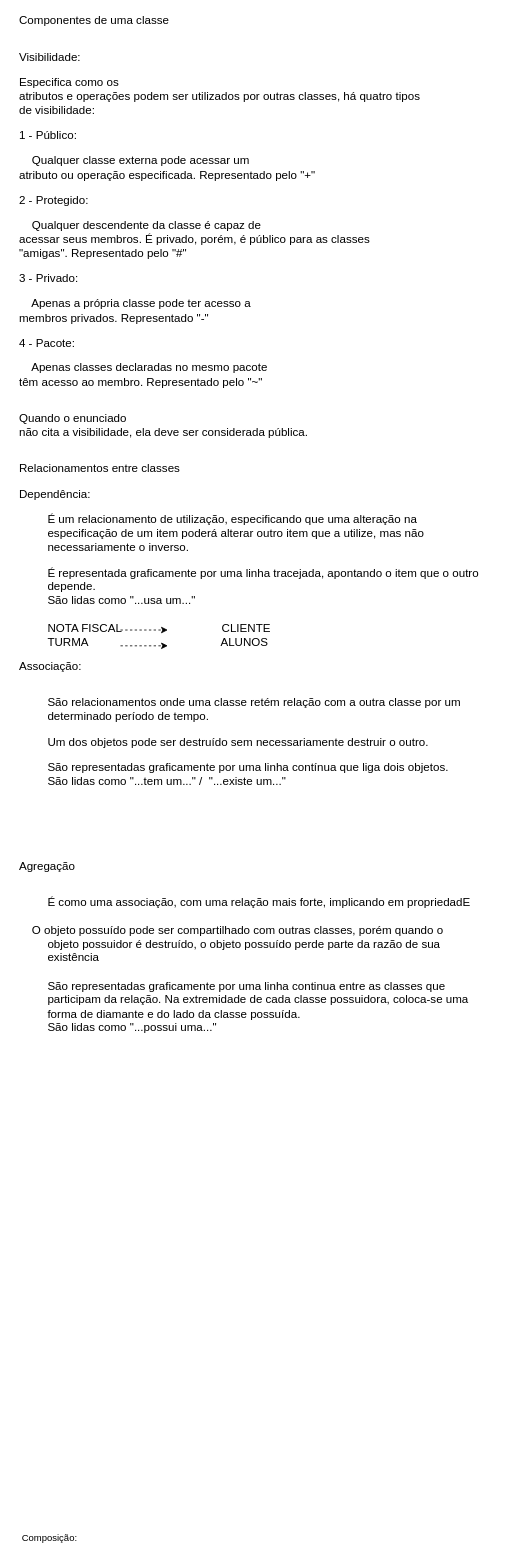
Above: Untitled Diagram.drawio in guilherme-2003/Modelagem-de-Software (draw.io), before the change. Source tidied: cells renumbered, new cells numbered last; positions are measured from the earlier drawing's top-left corner, leaving out a move shared by most shapes. Both pictures are drawn from the tidied source at 79%, with x=0, y=0 at pixel (13, 61).
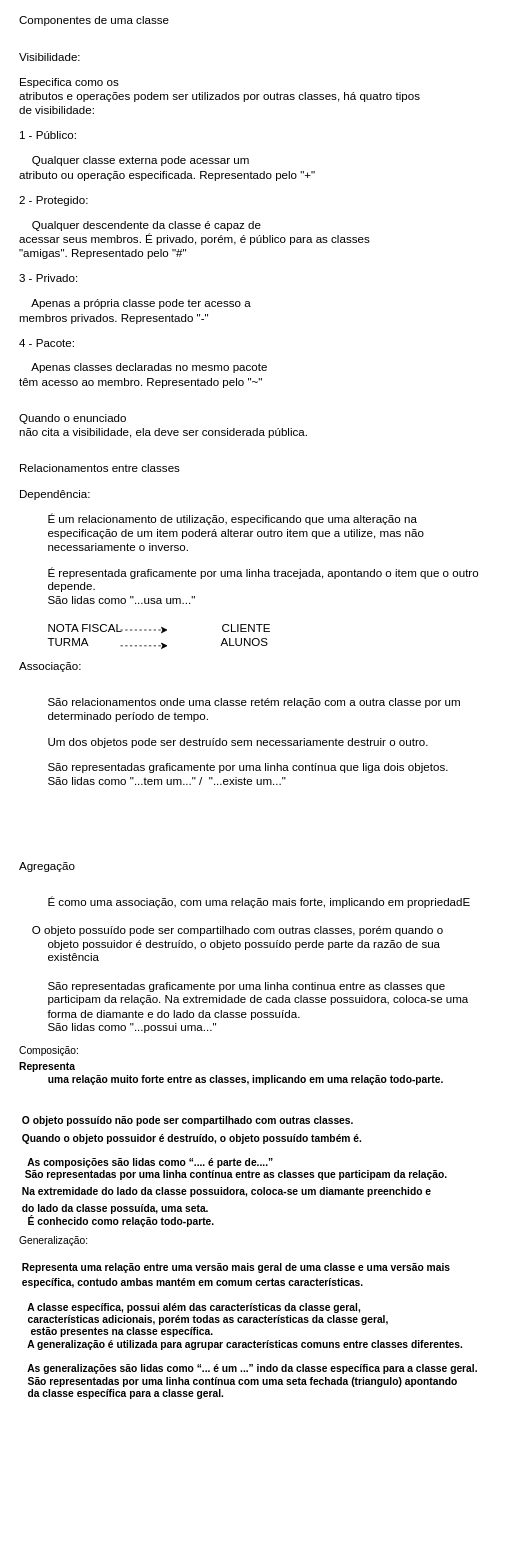
Above is the later version.

Change to the diagram source:
```diff
@@
 <mxGraphModel>
   <root>
     <mxCell id="0" />
     <mxCell id="1" parent="0" />
     <mxCell id="2" value="&lt;p style=&quot;margin: 0in ; font-family: &amp;#34;calibri&amp;#34; ; font-size: 11.0pt&quot;&gt;Componentes de uma classe&lt;/p&gt;&lt;div&gt;&lt;br&gt;&lt;/div&gt;&lt;br&gt;&lt;p style=&quot;margin: 0in ; font-family: &amp;#34;calibri&amp;#34; ; font-size: 11.0pt&quot;&gt;Visibilidade:&lt;/p&gt;&lt;br&gt;&lt;p style=&quot;margin: 0in ; font-family: &amp;#34;calibri&amp;#34; ; font-size: 11.0pt&quot;&gt;Especifica como os&lt;br&gt;atributos e operações podem ser utilizados por outras classes, há quatro tipos&lt;br&gt;de visibilidade:&lt;/p&gt;&lt;br&gt;&lt;p style=&quot;margin: 0in ; font-family: &amp;#34;calibri&amp;#34; ; font-size: 11.0pt&quot;&gt;1 - Público:&lt;/p&gt;&lt;br&gt;&lt;p style=&quot;margin: 0in ; font-family: &amp;#34;calibri&amp;#34; ; font-size: 11.0pt&quot;&gt;&amp;nbsp;&amp;nbsp;&amp;nbsp; Qualquer classe externa pode acessar um&lt;br&gt;atributo ou operação especificada. Representado pelo &quot;+&quot;&lt;/p&gt;&lt;br&gt;&lt;p style=&quot;margin: 0in ; font-family: &amp;#34;calibri&amp;#34; ; font-size: 11.0pt&quot;&gt;2 - Protegido:&lt;/p&gt;&lt;br&gt;&lt;p style=&quot;margin: 0in ; font-family: &amp;#34;calibri&amp;#34; ; font-size: 11.0pt&quot;&gt;&amp;nbsp;&amp;nbsp;&amp;nbsp; Qualquer descendente da classe é capaz de&lt;br&gt;acessar seus membros. É privado, porém, é público para as classes&lt;br&gt;&quot;amigas&quot;. Representado pelo &quot;#&quot;&lt;/p&gt;&lt;br&gt;&lt;p style=&quot;margin: 0in ; font-family: &amp;#34;calibri&amp;#34; ; font-size: 11.0pt&quot;&gt;3 - Privado:&lt;/p&gt;&lt;br&gt;&lt;p style=&quot;margin: 0in ; font-family: &amp;#34;calibri&amp;#34; ; font-size: 11.0pt&quot;&gt;&amp;nbsp;&amp;nbsp;&amp;nbsp; Apenas a própria classe pode ter acesso a&lt;br&gt;membros privados. Representado &quot;-&quot;&lt;/p&gt;&lt;br&gt;&lt;p style=&quot;margin: 0in ; font-family: &amp;#34;calibri&amp;#34; ; font-size: 11.0pt&quot;&gt;4 - Pacote:&lt;/p&gt;&lt;br&gt;&lt;p style=&quot;margin: 0in ; font-family: &amp;#34;calibri&amp;#34; ; font-size: 11.0pt&quot;&gt;&amp;nbsp;&amp;nbsp;&amp;nbsp; Apenas classes declaradas no mesmo pacote&lt;br&gt;têm acesso ao membro. Representado pelo &quot;~&quot;&lt;/p&gt;&lt;br&gt;&lt;br&gt;&lt;p style=&quot;margin: 0in ; font-family: &amp;#34;calibri&amp;#34; ; font-size: 11.0pt&quot;&gt;Quando o enunciado&lt;br&gt;não cita a visibilidade, ela deve ser considerada pública.&lt;/p&gt;&lt;br&gt;&lt;br&gt;&lt;p style=&quot;margin: 0in ; font-family: &amp;#34;calibri&amp;#34; ; font-size: 11.0pt&quot;&gt;Relacionamentos entre classes&lt;/p&gt;&lt;br&gt;&lt;p style=&quot;margin: 0in ; font-family: &amp;#34;calibri&amp;#34; ; font-size: 11.0pt&quot;&gt;Dependência:&lt;/p&gt;&lt;br&gt;&lt;p style=&quot;margin: 0in ; margin-left: 0.375in ; font-family: &amp;#34;calibri&amp;#34; ; font-size: 11.0pt&quot;&gt;É um relacionamento de utilização, especificando que uma alteração na&lt;br&gt;especificação de um item poderá alterar outro item que a utilize, mas não&lt;br&gt;necessariamente o inverso.&lt;/p&gt;&lt;br&gt;&lt;p style=&quot;margin: 0in ; margin-left: 0.375in ; font-family: &amp;#34;calibri&amp;#34; ; font-size: 11.0pt&quot;&gt;É representada graficamente por uma linha tracejada, apontando o item que o outro&lt;br&gt;depende.&lt;/p&gt;&lt;p style=&quot;margin: 0in ; margin-left: 0.375in ; font-family: &amp;#34;calibri&amp;#34; ; font-size: 11.0pt&quot;&gt;São lidas como &quot;...usa um...&quot;&lt;/p&gt;&lt;p style=&quot;margin: 0in ; margin-left: 0.375in ; font-family: &amp;#34;calibri&amp;#34; ; font-size: 11.0pt&quot;&gt;&lt;br&gt;&lt;/p&gt;&lt;p style=&quot;margin: 0in ; margin-left: 0.375in ; font-family: &amp;#34;calibri&amp;#34; ; font-size: 11.0pt&quot;&gt;NOTA FISCAL&amp;nbsp; &amp;nbsp; &amp;nbsp; &amp;nbsp; &amp;nbsp; &amp;nbsp; &amp;nbsp; &amp;nbsp; &amp;nbsp; &amp;nbsp; &amp;nbsp; &amp;nbsp; &amp;nbsp; &amp;nbsp; &amp;nbsp; &amp;nbsp;CLIENTE&lt;/p&gt;&lt;p style=&quot;margin: 0in ; margin-left: 0.375in ; font-family: &amp;#34;calibri&amp;#34; ; font-size: 11.0pt&quot;&gt;TURMA&amp;nbsp; &amp;nbsp; &amp;nbsp; &amp;nbsp; &amp;nbsp; &amp;nbsp; &amp;nbsp; &amp;nbsp; &amp;nbsp; &amp;nbsp; &amp;nbsp; &amp;nbsp; &amp;nbsp; &amp;nbsp; &amp;nbsp; &amp;nbsp; &amp;nbsp; &amp;nbsp; &amp;nbsp; &amp;nbsp; &amp;nbsp;ALUNOS&lt;/p&gt;&lt;p style=&quot;margin: 0in ; margin-left: 0.375in ; font-family: &amp;#34;calibri&amp;#34; ; font-size: 11.0pt&quot;&gt;&lt;br&gt;&lt;/p&gt;&lt;p style=&quot;margin: 0in ; margin-left: 0.375in ; font-family: &amp;#34;calibri&amp;#34; ; font-size: 11.0pt&quot;&gt;&lt;br&gt;&lt;/p&gt;" style="text;html=1;align=left;verticalAlign=middle;strokeColor=none;fillColor=none;" parent="1" vertex="1">
       <mxGeometry x="5" width="550" height="720" as="geometry" />
     </mxCell>
     <mxCell id="3" style="endArrow=classic;dashed=1;html=1;endFill=1;" parent="1" edge="1">
       <mxGeometry relative="1" as="geometry">
         <mxPoint x="135" y="720" as="sourcePoint" />
         <mxPoint x="195" y="720" as="targetPoint" />
       </mxGeometry>
     </mxCell>
     <mxCell id="4" style="endArrow=classic;dashed=1;html=1;endFill=1;" parent="1" edge="1">
       <mxGeometry relative="1" as="geometry">
         <mxPoint x="135" y="740" as="sourcePoint" />
         <mxPoint x="195" y="740" as="targetPoint" />
       </mxGeometry>
     </mxCell>
     <mxCell id="5" value="&lt;p style=&quot;margin: 0in ; font-family: &amp;#34;calibri&amp;#34; ; font-size: 11.0pt&quot;&gt;Associação:&lt;/p&gt;&lt;br&gt;&lt;br&gt;&lt;p style=&quot;margin: 0in ; margin-left: 0.375in ; font-family: &amp;#34;calibri&amp;#34; ; font-size: 11.0pt&quot;&gt;São relacionamentos onde uma classe retém relação com a outra classe por um&lt;br&gt;determinado período de tempo.&lt;/p&gt;&lt;br&gt;&lt;p style=&quot;margin: 0in ; margin-left: 0.375in ; font-family: &amp;#34;calibri&amp;#34; ; font-size: 11.0pt&quot;&gt;Um dos objetos pode ser destruído sem necessariamente destruir o outro.&lt;/p&gt;&lt;br&gt;&lt;p style=&quot;margin: 0in ; margin-left: 0.375in ; font-family: &amp;#34;calibri&amp;#34; ; font-size: 11.0pt&quot;&gt;São representadas graficamente por uma linha contínua que liga dois objetos.&lt;/p&gt;&lt;p style=&quot;margin: 0in ; margin-left: 0.375in ; font-family: &amp;#34;calibri&amp;#34; ; font-size: 11.0pt&quot;&gt;São lidas como &quot;...tem um...&quot; /&amp;nbsp; &quot;...existe um...&quot;&lt;/p&gt;&lt;br&gt;&lt;br&gt;&lt;p style=&quot;margin: 0in ; margin-left: 0.375in ; font-family: &amp;#34;calibri&amp;#34; ; font-size: 11.0pt&quot;&gt;&amp;nbsp;&lt;/p&gt;&lt;br&gt;&lt;br&gt;&lt;div style=&quot;direction: ltr&quot;&gt;&lt;/div&gt;&lt;br&gt;&lt;p style=&quot;margin: 0in ; font-family: &amp;#34;calibri&amp;#34; ; font-size: 11.0pt&quot;&gt;Agregação&lt;/p&gt;&lt;br&gt;&lt;br&gt;&lt;p style=&quot;margin: 0in ; margin-left: 0.375in ; font-family: &amp;#34;calibri&amp;#34; ; font-size: 11.0pt&quot;&gt;É como uma associação, com uma relação mais forte, implicando em propriedadE&lt;/p&gt;&lt;p style=&quot;margin: 0in ; margin-left: 0.375in ; font-family: &amp;#34;calibri&amp;#34; ; font-size: 11.0pt&quot;&gt;&lt;br&gt;&lt;/p&gt;&lt;span style=&quot;font-family: &amp;#34;calibri&amp;#34; ; font-size: 11pt&quot;&gt;&lt;span style=&quot;white-space: pre&quot;&gt; &lt;/span&gt;&amp;nbsp; &amp;nbsp;O&amp;nbsp;&lt;/span&gt;&lt;span style=&quot;font-family: &amp;#34;calibri&amp;#34; ; font-size: 11pt&quot;&gt;objeto possuído pode ser compartilhado com outras classes, porém quando o&lt;/span&gt;&lt;span style=&quot;font-family: &amp;#34;calibri&amp;#34; ; font-size: 11pt&quot;&gt;&lt;br&gt;&lt;/span&gt;&lt;p style=&quot;margin: 0in ; margin-left: 0.375in ; font-family: &amp;#34;calibri&amp;#34; ; font-size: 11.0pt&quot;&gt;objeto possuidor é destruído, o objeto possuído perde parte da razão de sua&lt;br&gt;existência&lt;/p&gt;&lt;p style=&quot;margin: 0in ; margin-left: 0.375in ; font-family: &amp;#34;calibri&amp;#34; ; font-size: 11.0pt&quot;&gt;&lt;br&gt;&lt;/p&gt;&lt;p style=&quot;margin: 0in ; margin-left: 0.375in ; font-family: &amp;#34;calibri&amp;#34; ; font-size: 11.0pt&quot;&gt;São representadas graficamente por uma linha continua entre as classes que&lt;br&gt;participam da relação. Na extremidade de cada classe possuidora, coloca-se uma&lt;br&gt;forma de diamante e do lado da classe possuída.&lt;/p&gt;&lt;p style=&quot;margin: 0in ; margin-left: 0.375in ; font-family: &amp;#34;calibri&amp;#34; ; font-size: 11.0pt&quot;&gt;São lidas como &quot;...possui uma...&quot;&lt;/p&gt;" style="text;html=1;align=left;verticalAlign=middle;strokeColor=none;fillColor=none;" parent="1" vertex="1">
       <mxGeometry x="5" y="790" width="540" height="410" as="geometry" />
     </mxCell>
-    <mxCell id="6" value="Composição:&lt;br&gt;" style="text;html=1;align=center;verticalAlign=middle;strokeColor=none;fillColor=none;" parent="1" vertex="1">
-      <mxGeometry y="1860" width="90" height="20" as="geometry" />
+    <mxCell id="6" value="&lt;font style=&quot;font-size: 13px&quot;&gt;Composição:&lt;br&gt;&lt;/font&gt;&lt;p style=&quot;margin-top: 4.32pt ; margin-bottom: 0pt ; margin-left: 0.38in ; text-indent: -0.38in ; direction: ltr ; unicode-bidi: embed ; vertical-align: baseline ; font-size: 13px&quot;&gt;&lt;span style=&quot;font-family: &amp;#34;arial&amp;#34; ; font-weight: bold&quot;&gt;&lt;font style=&quot;font-size: 13px&quot;&gt;Representa&lt;br&gt;uma relação muito forte entre as classes, implicando em uma relação todo-parte.&lt;/font&gt;&lt;/span&gt;&lt;/p&gt;&lt;font style=&quot;font-size: 13px&quot;&gt;&lt;br&gt;&lt;br&gt;&lt;/font&gt;&lt;p style=&quot;margin-top: 4.32pt ; margin-bottom: 0pt ; margin-left: 0.38in ; text-indent: -0.38in ; direction: ltr ; unicode-bidi: embed ; vertical-align: baseline ; font-size: 13px&quot;&gt;&lt;span style=&quot;font-family: &amp;#34;arial&amp;#34; ; font-weight: bold&quot;&gt;&lt;font style=&quot;font-size: 13px&quot;&gt;&lt;span style=&quot;white-space: pre&quot;&gt; &lt;/span&gt;O objeto possuído não pode ser compartilhado com outras classes.&amp;nbsp;&lt;/font&gt;&lt;/span&gt;&lt;/p&gt;&lt;p style=&quot;margin-top: 4.32pt ; margin-bottom: 0pt ; margin-left: 0.38in ; text-indent: -0.38in ; direction: ltr ; unicode-bidi: embed ; vertical-align: baseline ; font-size: 13px&quot;&gt;&lt;span style=&quot;font-family: &amp;#34;arial&amp;#34; ; font-weight: bold&quot;&gt;&lt;font style=&quot;font-size: 13px&quot;&gt;&lt;span style=&quot;white-space: pre&quot;&gt; &lt;/span&gt;Quando o objeto possuidor é destruído, o objeto possuído também é.&lt;/font&gt;&lt;/span&gt;&lt;/p&gt;&lt;font style=&quot;font-size: 13px&quot;&gt;&lt;br&gt;&lt;span style=&quot;font-family: &amp;#34;arial&amp;#34; ; font-weight: bold ; text-indent: -0.38in ; white-space: pre&quot;&gt; &lt;/span&gt;&lt;span style=&quot;font-family: &amp;#34;arial&amp;#34; ; font-weight: bold ; text-indent: -0.38in&quot;&gt;&amp;nbsp; As composições são lidas como “.... é parte &lt;/span&gt;&lt;span style=&quot;font-family: &amp;#34;arial&amp;#34; ; font-weight: bold ; text-indent: -0.38in&quot;&gt;de....”&lt;/span&gt;&lt;br&gt;&lt;span style=&quot;font-family: &amp;#34;arial&amp;#34; ; font-weight: bold ; text-indent: -0.38in&quot;&gt;&lt;span style=&quot;white-space: pre&quot;&gt; &lt;/span&gt;&amp;nbsp;São representadas por uma linha contínua entre &lt;/span&gt;&lt;span style=&quot;font-family: &amp;#34;arial&amp;#34; ; font-weight: bold ; text-indent: -0.38in&quot;&gt;as classes que participam da relação.&amp;nbsp;&lt;/span&gt;&lt;br&gt;&lt;/font&gt;&lt;p style=&quot;margin-top: 4.32pt ; margin-bottom: 0pt ; margin-left: 0.38in ; text-indent: -0.38in ; direction: ltr ; unicode-bidi: embed ; vertical-align: baseline ; font-size: 13px&quot;&gt;&lt;span style=&quot;font-family: &amp;#34;arial&amp;#34; ; font-weight: bold&quot;&gt;&lt;font style=&quot;font-size: 13px&quot;&gt;&lt;span style=&quot;white-space: pre&quot;&gt; &lt;/span&gt;Na extremidade do lado da classe possuidora, coloca-se um diamante preenchido e&amp;nbsp;&lt;/font&gt;&lt;/span&gt;&lt;/p&gt;&lt;p style=&quot;margin-top: 4.32pt ; margin-bottom: 0pt ; margin-left: 0.38in ; text-indent: -0.38in ; direction: ltr ; unicode-bidi: embed ; vertical-align: baseline ; font-size: 13px&quot;&gt;&lt;span style=&quot;font-family: &amp;#34;arial&amp;#34; ; font-weight: bold&quot;&gt;&lt;font style=&quot;font-size: 13px&quot;&gt;&lt;span style=&quot;white-space: pre&quot;&gt; &lt;/span&gt;do lado da classe possuída, uma seta.&lt;/font&gt;&lt;/span&gt;&lt;/p&gt;&lt;font style=&quot;font-size: 13px&quot;&gt;&lt;span style=&quot;font-family: &amp;#34;arial&amp;#34; ; font-weight: bold ; text-indent: -0.38in&quot;&gt;&lt;span style=&quot;white-space: pre&quot;&gt; &lt;/span&gt;&amp;nbsp; É conhecido como relação todo-parte.&lt;/span&gt;&lt;br&gt;&lt;/font&gt;" style="text;html=1;align=left;verticalAlign=middle;strokeColor=none;fillColor=none;" parent="1" vertex="1">
+      <mxGeometry x="5" y="1250" width="590" height="220" as="geometry" />
     </mxCell>
+    <mxCell id="7" value="&lt;font style=&quot;font-size: 13px&quot;&gt;Generalização:&lt;br&gt;&lt;br&gt;&lt;/font&gt;&lt;p style=&quot;margin-top: 2.4pt ; margin-bottom: 0pt ; margin-left: 0.38in ; text-indent: -0.38in ; direction: ltr ; unicode-bidi: embed ; vertical-align: baseline&quot;&gt;&lt;span style=&quot;font-family: &amp;#34;arial&amp;#34; ; font-weight: bold&quot;&gt;&lt;font style=&quot;font-size: 13px&quot;&gt;&lt;span style=&quot;white-space: pre&quot;&gt; &lt;/span&gt;Representa uma relação entre uma versão mais geral de uma classe e uma versão mais&lt;/font&gt;&lt;/span&gt;&lt;/p&gt;&lt;p style=&quot;margin-top: 2.4pt ; margin-bottom: 0pt ; margin-left: 0.38in ; text-indent: -0.38in ; direction: ltr ; unicode-bidi: embed ; vertical-align: baseline&quot;&gt;&lt;span style=&quot;font-family: &amp;#34;arial&amp;#34; ; font-weight: bold&quot;&gt;&lt;font style=&quot;font-size: 13px&quot;&gt;&lt;span style=&quot;white-space: pre&quot;&gt; &lt;/span&gt;específica, contudo ambas mantém em comum certas características.&lt;/font&gt;&lt;/span&gt;&lt;/p&gt;&lt;font style=&quot;font-size: 13px&quot;&gt;&lt;br&gt;&lt;/font&gt;&lt;font style=&quot;font-size: 13px&quot;&gt;&lt;span style=&quot;font-family: &amp;#34;arial&amp;#34; ; font-weight: bold ; text-indent: -0.38in&quot;&gt;&lt;span style=&quot;white-space: pre&quot;&gt; &lt;/span&gt;&amp;nbsp; A classe específica, possui além das&amp;nbsp;&lt;/span&gt;&lt;span style=&quot;font-family: &amp;#34;arial&amp;#34; ; font-weight: bold ; text-indent: -0.38in&quot;&gt;características da classe geral, &lt;br&gt;&lt;span style=&quot;white-space: pre&quot;&gt; &lt;/span&gt;&amp;nbsp; características adicionais, porém todas as&amp;nbsp;&lt;/span&gt;&lt;span style=&quot;font-family: &amp;#34;arial&amp;#34; ; font-weight: bold ; text-indent: -0.38in&quot;&gt;características da classe geral, &lt;br&gt;&lt;span style=&quot;white-space: pre&quot;&gt; &lt;/span&gt;&amp;nbsp; &amp;nbsp;estão presentes na classe específica.&lt;/span&gt;&lt;span style=&quot;font-family: &amp;#34;arial&amp;#34; ; font-weight: bold ; text-indent: -0.38in&quot;&gt;&lt;br&gt;&lt;/span&gt;&lt;/font&gt;&lt;font style=&quot;font-size: 13px&quot;&gt;&lt;span style=&quot;font-family: &amp;#34;arial&amp;#34; ; font-weight: bold ; text-indent: -0.38in&quot;&gt;&lt;span style=&quot;white-space: pre&quot;&gt; &lt;/span&gt;&amp;nbsp; A generalização é utilizada para agrupar&amp;nbsp;&lt;/span&gt;&lt;span style=&quot;font-family: &amp;#34;arial&amp;#34; ; font-weight: bold ; text-indent: -0.38in&quot;&gt;características comuns entre classes diferentes.&lt;/span&gt;&lt;span style=&quot;font-family: &amp;#34;arial&amp;#34; ; font-weight: bold ; text-indent: -0.38in&quot;&gt;&lt;br&gt;&lt;/span&gt;&lt;/font&gt;&lt;font style=&quot;font-size: 13px&quot;&gt;&lt;br&gt;&lt;/font&gt;&lt;font style=&quot;font-size: 13px&quot;&gt;&lt;span style=&quot;font-family: &amp;#34;arial&amp;#34; ; font-weight: bold ; text-indent: -0.38in&quot;&gt;&lt;span style=&quot;white-space: pre&quot;&gt; &lt;/span&gt;&amp;nbsp; As generalizações são lidas como “... é um&amp;nbsp;&lt;/span&gt;&lt;span style=&quot;font-family: &amp;#34;arial&amp;#34; ; font-weight: bold ; text-indent: -0.38in&quot;&gt;...” indo da classe específica para a classe geral.&lt;/span&gt;&lt;span style=&quot;font-family: &amp;#34;arial&amp;#34; ; font-weight: bold ; text-indent: -0.38in&quot;&gt;&lt;br&gt;&lt;/span&gt;&lt;/font&gt;&lt;font style=&quot;font-size: 13px&quot;&gt;&lt;span style=&quot;font-family: &amp;#34;arial&amp;#34; ; font-weight: bold ; text-indent: -0.38in&quot;&gt;&lt;span style=&quot;white-space: pre&quot;&gt; &lt;/span&gt;&amp;nbsp; São representadas por uma linha contínua com&amp;nbsp;&lt;/span&gt;&lt;span style=&quot;font-family: &amp;#34;arial&amp;#34; ; font-weight: bold ; text-indent: -0.38in&quot;&gt;uma seta fechada (triangulo) apontando &lt;br&gt;&lt;span style=&quot;white-space: pre&quot;&gt; &lt;/span&gt;&amp;nbsp; da classe específica para a classe&amp;nbsp;&lt;/span&gt;&lt;span style=&quot;font-family: &amp;#34;arial&amp;#34; ; font-weight: bold ; text-indent: -0.38in&quot;&gt;geral.&lt;/span&gt;&lt;span style=&quot;font-family: &amp;#34;arial&amp;#34; ; font-weight: bold ; text-indent: -0.38in&quot;&gt;&lt;br&gt;&lt;/span&gt;&lt;/font&gt;" style="text;html=1;align=left;verticalAlign=middle;strokeColor=none;fillColor=none;fontSize=13;fontColor=#000000;" parent="1" vertex="1">
+      <mxGeometry x="5" y="1480" width="620" height="220" as="geometry" />
+    </mxCell>
   </root>
 </mxGraphModel>
```
